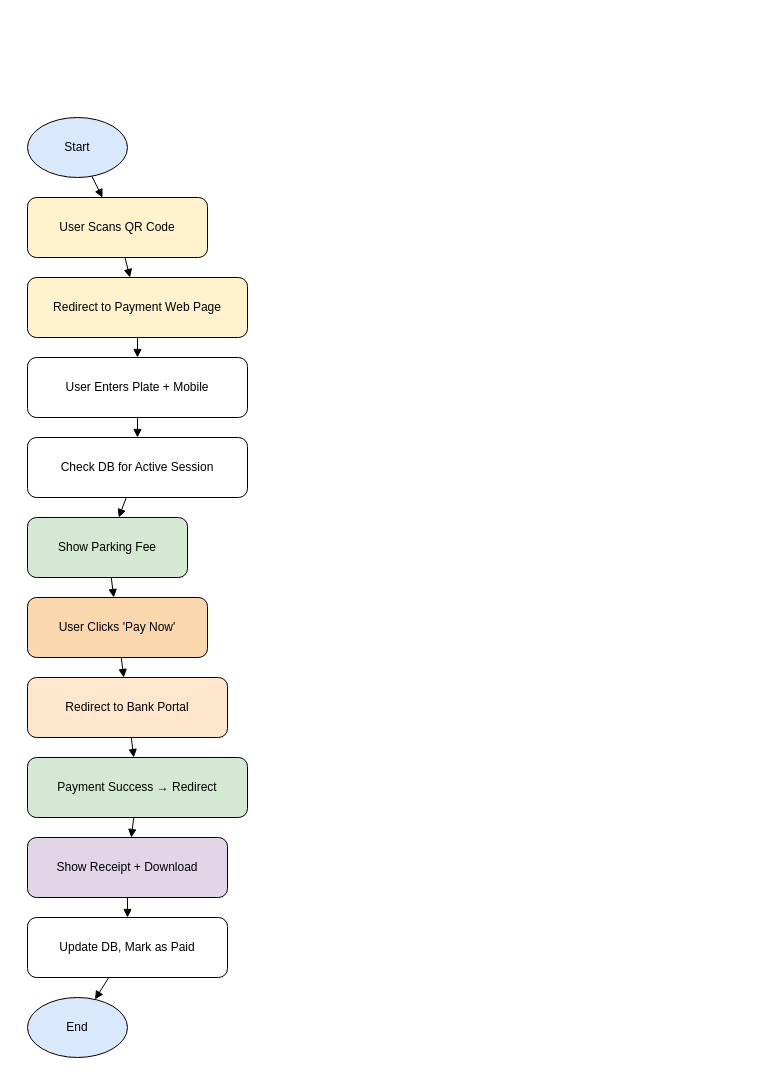
Earlier version of the draw.io diagram scan_to_pay_parking.drawio (aghufran93/Scan-to-Pay). Source tidied: cells renumbered, new cells numbered last; positions are measured from the earlier drawing's top-left corner, leaving out a move shared by most shapes. Both pictures are drawn from the tidied source at 100%, with x=0, y=0 at pixel (27, 117).
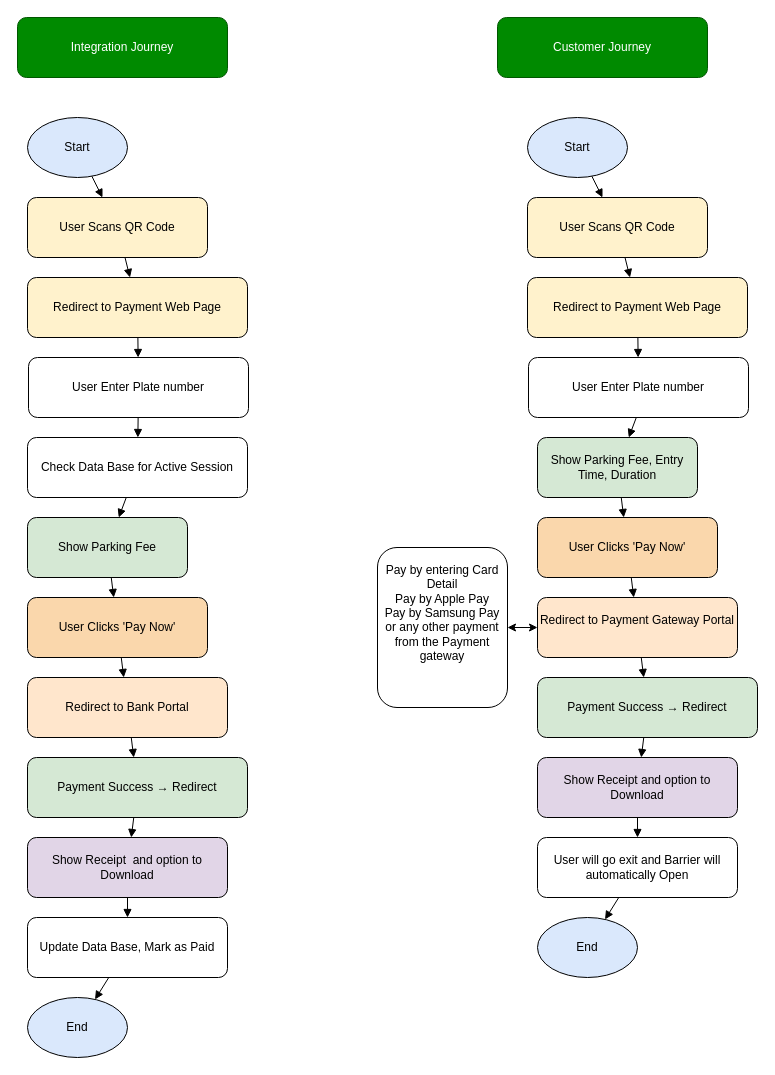
Above is the later version.

The edit, as a diff of the source:
```diff
@@
-    <mxCell id="5" value="User Enters Plate + Mobile" style="rounded=1;whiteSpace=wrap;html=1;fillColor=#ffffff;" parent="1" vertex="1">
-      <mxGeometry y="240" width="220" height="60" as="geometry" />
+    <mxCell id="5" value="User Enter Plate number" style="rounded=1;whiteSpace=wrap;html=1;fillColor=#ffffff;" parent="1" vertex="1">
+      <mxGeometry x="1" y="240" width="220" height="60" as="geometry" />
     </mxCell>
-    <mxCell id="6" value="Check DB for Active Session" style="rounded=1;whiteSpace=wrap;html=1;fillColor=#ffffff;" parent="1" vertex="1">
+    <mxCell id="6" value="Check Data Base for Active Session" style="rounded=1;whiteSpace=wrap;html=1;fillColor=#ffffff;" parent="1" vertex="1">
       <mxGeometry y="320" width="220" height="60" as="geometry" />
     </mxCell>
@@
-    <mxCell id="11" value="Show Receipt + Download" style="rounded=1;whiteSpace=wrap;html=1;fillColor=#e1d5e7;" parent="1" vertex="1">
+    <mxCell id="11" value="Show Receipt&amp;nbsp; and option to Download" style="rounded=1;whiteSpace=wrap;html=1;fillColor=#e1d5e7;" parent="1" vertex="1">
       <mxGeometry y="720" width="200" height="60" as="geometry" />
     </mxCell>
-    <mxCell id="12" value="Update DB, Mark as Paid" style="rounded=1;whiteSpace=wrap;html=1;fillColor=#ffffff;" parent="1" vertex="1">
+    <mxCell id="12" value="Update Data Base, Mark as Paid" style="rounded=1;whiteSpace=wrap;html=1;fillColor=#ffffff;" parent="1" vertex="1">
       <mxGeometry y="800" width="200" height="60" as="geometry" />
     </mxCell>
@@
+    <mxCell id="25" value="Start" style="ellipse;whiteSpace=wrap;html=1;fillColor=#dae8fc;" parent="1" vertex="1">
+      <mxGeometry x="500" width="100" height="60" as="geometry" />
+    </mxCell>
+    <mxCell id="26" value="User Scans QR Code" style="rounded=1;whiteSpace=wrap;html=1;fillColor=#fff2cc;" parent="1" vertex="1">
+      <mxGeometry x="500" y="80" width="180" height="60" as="geometry" />
+    </mxCell>
+    <mxCell id="27" value="Redirect to Payment Web Page" style="rounded=1;whiteSpace=wrap;html=1;fillColor=#fff2cc;" parent="1" vertex="1">
+      <mxGeometry x="500" y="160" width="220" height="60" as="geometry" />
+    </mxCell>
+    <mxCell id="28" value="User Enter Plate number" style="rounded=1;whiteSpace=wrap;html=1;fillColor=#ffffff;" parent="1" vertex="1">
+      <mxGeometry x="501" y="240" width="220" height="60" as="geometry" />
+    </mxCell>
+    <mxCell id="29" value="Show Parking Fee, Entry Time, Duration" style="rounded=1;whiteSpace=wrap;html=1;fillColor=#d5e8d4;" parent="1" vertex="1">
+      <mxGeometry x="510" y="320" width="160" height="60" as="geometry" />
+    </mxCell>
+    <mxCell id="30" value="User Clicks 'Pay Now'" style="rounded=1;whiteSpace=wrap;html=1;fillColor=#fad7ac;" parent="1" vertex="1">
+      <mxGeometry x="510" y="400" width="180" height="60" as="geometry" />
+    </mxCell>
+    <mxCell id="31" value="Redirect to Payment Gateway Portal&lt;div&gt;&lt;br&gt;&lt;/div&gt;" style="rounded=1;whiteSpace=wrap;html=1;fillColor=#ffe6cc;" parent="1" vertex="1">
+      <mxGeometry x="510" y="480" width="200" height="60" as="geometry" />
+    </mxCell>
+    <mxCell id="32" value="Payment Success → Redirect" style="rounded=1;whiteSpace=wrap;html=1;fillColor=#d5e8d4;" parent="1" vertex="1">
+      <mxGeometry x="510" y="560" width="220" height="60" as="geometry" />
+    </mxCell>
+    <mxCell id="33" value="Show Receipt and option to Download" style="rounded=1;whiteSpace=wrap;html=1;fillColor=#e1d5e7;" parent="1" vertex="1">
+      <mxGeometry x="510" y="640" width="200" height="60" as="geometry" />
+    </mxCell>
+    <mxCell id="34" value="User will go exit and Barrier will automatically Open" style="rounded=1;whiteSpace=wrap;html=1;fillColor=#ffffff;" parent="1" vertex="1">
+      <mxGeometry x="510" y="720" width="200" height="60" as="geometry" />
+    </mxCell>
+    <mxCell id="35" value="End" style="ellipse;whiteSpace=wrap;html=1;fillColor=#dae8fc;" parent="1" vertex="1">
+      <mxGeometry x="510" y="800" width="100" height="60" as="geometry" />
+    </mxCell>
+    <mxCell id="36" style="endArrow=block;" parent="1" edge="1" source="25" target="26">
+      <mxGeometry relative="1" as="geometry" />
+    </mxCell>
+    <mxCell id="37" style="endArrow=block;" parent="1" edge="1" source="26" target="27">
+      <mxGeometry relative="1" as="geometry" />
+    </mxCell>
+    <mxCell id="38" style="endArrow=block;" parent="1" edge="1" source="27" target="28">
+      <mxGeometry relative="1" as="geometry" />
+    </mxCell>
+    <mxCell id="39" style="endArrow=block;" parent="1" edge="1" target="29">
+      <mxGeometry relative="1" as="geometry">
+        <mxPoint x="608.8" y="300" as="sourcePoint" />
+      </mxGeometry>
+    </mxCell>
+    <mxCell id="40" style="endArrow=block;" parent="1" edge="1" source="29" target="30">
+      <mxGeometry relative="1" as="geometry" />
+    </mxCell>
+    <mxCell id="41" style="endArrow=block;" parent="1" edge="1" source="30" target="31">
+      <mxGeometry relative="1" as="geometry" />
+    </mxCell>
+    <mxCell id="42" style="endArrow=block;" parent="1" edge="1" source="31" target="32">
+      <mxGeometry relative="1" as="geometry" />
+    </mxCell>
+    <mxCell id="43" style="endArrow=block;" parent="1" edge="1" source="32" target="33">
+      <mxGeometry relative="1" as="geometry" />
+    </mxCell>
+    <mxCell id="44" style="endArrow=block;" parent="1" edge="1" source="33" target="34">
+      <mxGeometry relative="1" as="geometry" />
+    </mxCell>
+    <mxCell id="45" style="endArrow=block;" parent="1" edge="1" source="34" target="35">
+      <mxGeometry relative="1" as="geometry" />
+    </mxCell>
+    <mxCell id="46" value="Pay by entering Card Detail&lt;div&gt;Pay by Apple Pay&lt;/div&gt;&lt;div&gt;Pay by Samsung Pay&lt;/div&gt;&lt;div&gt;or any other payment from the Payment gateway&lt;/div&gt;&lt;div&gt;&lt;br&gt;&lt;/div&gt;&lt;div&gt;&lt;br&gt;&lt;/div&gt;" style="rounded=1;whiteSpace=wrap;html=1;" parent="1" vertex="1">
+      <mxGeometry x="350" y="430" width="130" height="160" as="geometry" />
+    </mxCell>
+    <mxCell id="47" style="endArrow=classic;startArrow=classic;html=1;rounded=0;exitX=1;exitY=0.5;exitDx=0;exitDy=0;entryX=0;entryY=0.5;entryDx=0;entryDy=0;" parent="1" edge="1" source="46" target="31">
+      <mxGeometry relative="1" as="geometry" />
+    </mxCell>
+    <mxCell id="48" value="Integration Journey" style="rounded=1;whiteSpace=wrap;html=1;fillColor=#008a00;strokeColor=#005700;fontColor=#ffffff;" parent="1" vertex="1">
+      <mxGeometry x="-10" y="-100" width="210" height="60" as="geometry" />
+    </mxCell>
+    <mxCell id="49" value="Customer Journey" style="rounded=1;whiteSpace=wrap;html=1;fillColor=#008a00;strokeColor=#005700;fontColor=#ffffff;" parent="1" vertex="1">
+      <mxGeometry x="470" y="-100" width="210" height="60" as="geometry" />
+    </mxCell>
```
